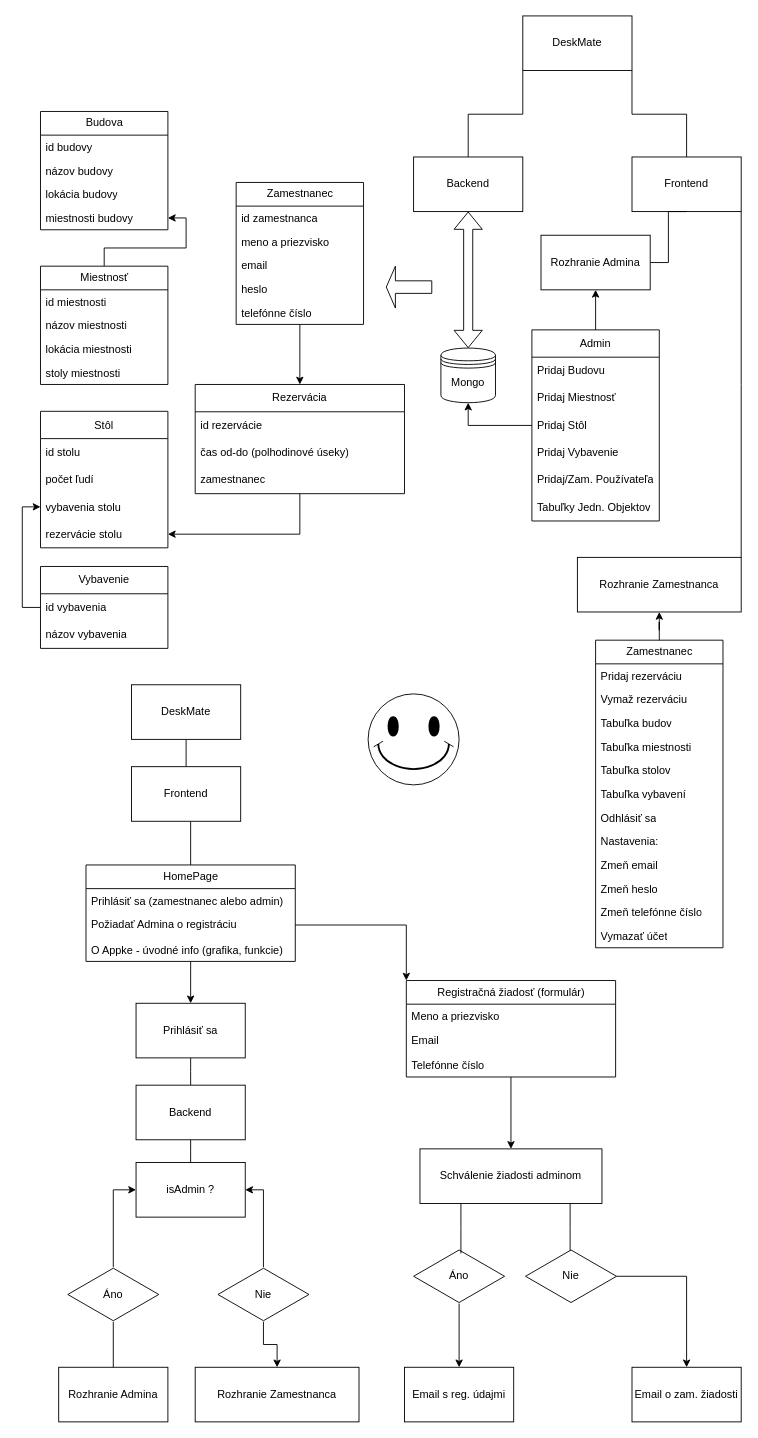
petocjshtml/DeskMate keeps this draw.io diagram as DeskMate.drawio. Above is the earlier version. Source tidied: cells renumbered, new cells numbered last; positions are measured from the earlier drawing's top-left corner, leaving out a move shared by most shapes. Both pictures are drawn from the tidied source at 91%, with x=0, y=0 at pixel (40, 15).
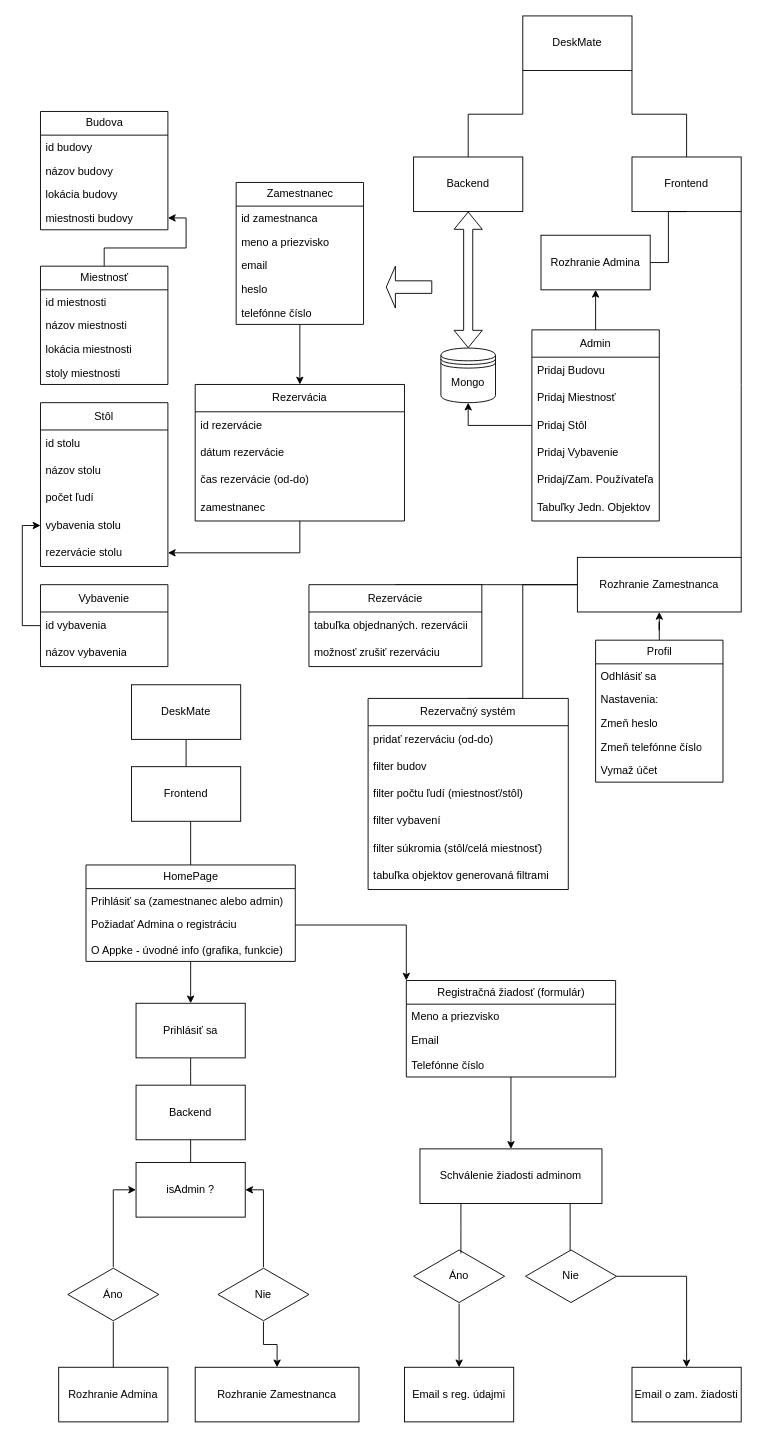
After the change.

Commit message:
mierná úprava DeskMate.drawio

The change refers to these unchanged cells:
```xml
<mxCell id="44" value="Rozhranie Zamestnanca" style="whiteSpace=wrap;html=1;align=center;newEdgeStyle={&quot;edgeStyle&quot;:&quot;elbowEdgeStyle&quot;,&quot;startArrow&quot;:&quot;none&quot;,&quot;endArrow&quot;:&quot;none&quot;};" parent="1" vertex="1">
  <mxGeometry x="590" y="595" width="180" height="60" as="geometry" />
</mxCell>
```

Change to the diagram source:
```diff
@@
+    <mxCell id="119" style="edgeStyle=elbowEdgeStyle;rounded=0;jettySize=auto;html=1;startArrow=none;endArrow=none;entryX=0.5;entryY=0;entryDx=0;entryDy=0;" parent="1" edge="1" source="44" target="123">
+      <mxGeometry relative="1" as="geometry" />
+    </mxCell>
+    <mxCell id="120" style="edgeStyle=elbowEdgeStyle;rounded=0;jettySize=auto;html=1;startArrow=none;endArrow=none;entryX=0.5;entryY=0;entryDx=0;entryDy=0;" parent="1" edge="1" source="44" target="130">
+      <mxGeometry relative="1" as="geometry" />
+    </mxCell>
@@
-    <mxCell id="47" style="verticalLabelPosition=bottom;verticalAlign=top;html=1;shape=mxgraph.basic.smiley;" parent="1" vertex="1">
-      <mxGeometry x="360" y="745" width="100" height="100" as="geometry" />
-    </mxCell>
@@
-    <mxCell id="51" value="Zamestnanec" style="swimlane;fontStyle=0;horizontal=1;startSize=26;fillColor=none;html=1;" parent="1" vertex="1">
-      <mxGeometry x="610" y="686" width="140" height="338" as="geometry" />
+    <mxCell id="51" value="Profil" style="swimlane;fontStyle=0;horizontal=1;startSize=26;fillColor=none;html=1;" parent="1" vertex="1">
+      <mxGeometry x="610" y="686" width="140" height="156" as="geometry" />
     </mxCell>
-    <mxCell id="52" value="Pridaj rezerváciu" style="text;strokeColor=none;fillColor=none;align=left;verticalAlign=top;spacingLeft=4;spacingRight=4;overflow=hidden;whiteSpace=wrap;html=1;" parent="51" vertex="1">
-      <mxGeometry y="26" width="140" height="26" as="geometry" />
-    </mxCell>
-    <mxCell id="53" value="Vymaž rezerváciu" style="text;strokeColor=none;fillColor=none;align=left;verticalAlign=top;spacingLeft=4;spacingRight=4;overflow=hidden;whiteSpace=wrap;html=1;" parent="51" vertex="1">
-      <mxGeometry y="52" width="140" height="26" as="geometry" />
-    </mxCell>
-    <mxCell id="54" value="Tabuľka budov" style="text;strokeColor=none;fillColor=none;align=left;verticalAlign=top;spacingLeft=4;spacingRight=4;overflow=hidden;whiteSpace=wrap;html=1;" parent="51" vertex="1">
-      <mxGeometry y="78" width="140" height="26" as="geometry" />
-    </mxCell>
-    <mxCell id="55" value="Tabuľka miestnosti" style="text;strokeColor=none;fillColor=none;align=left;verticalAlign=top;spacingLeft=4;spacingRight=4;overflow=hidden;whiteSpace=wrap;html=1;" parent="51" vertex="1">
-      <mxGeometry y="104" width="140" height="26" as="geometry" />
-    </mxCell>
-    <mxCell id="56" value="Tabuľka stolov" style="text;strokeColor=none;fillColor=none;align=left;verticalAlign=top;spacingLeft=4;spacingRight=4;overflow=hidden;whiteSpace=wrap;html=1;" parent="51" vertex="1">
-      <mxGeometry y="130" width="140" height="26" as="geometry" />
-    </mxCell>
-    <mxCell id="57" value="Tabuľka vybavení" style="text;strokeColor=none;fillColor=none;align=left;verticalAlign=top;spacingLeft=4;spacingRight=4;overflow=hidden;whiteSpace=wrap;html=1;" parent="51" vertex="1">
-      <mxGeometry y="156" width="140" height="26" as="geometry" />
-    </mxCell>
     <mxCell id="58" value="Odhlásiť sa" style="text;strokeColor=none;fillColor=none;align=left;verticalAlign=top;spacingLeft=4;spacingRight=4;overflow=hidden;whiteSpace=wrap;html=1;" parent="51" vertex="1">
-      <mxGeometry y="182" width="140" height="26" as="geometry" />
+      <mxGeometry y="26" width="140" height="26" as="geometry" />
     </mxCell>
     <mxCell id="59" value="Nastavenia:" style="text;strokeColor=none;fillColor=none;align=left;verticalAlign=top;spacingLeft=4;spacingRight=4;overflow=hidden;whiteSpace=wrap;html=1;" parent="51" vertex="1">
-      <mxGeometry y="208" width="140" height="26" as="geometry" />
+      <mxGeometry y="52" width="140" height="26" as="geometry" />
     </mxCell>
-    <mxCell id="60" value="Zmeň email" style="text;strokeColor=none;fillColor=none;align=left;verticalAlign=top;spacingLeft=4;spacingRight=4;overflow=hidden;whiteSpace=wrap;html=1;" parent="51" vertex="1">
-      <mxGeometry y="234" width="140" height="26" as="geometry" />
-    </mxCell>
     <mxCell id="61" value="Zmeň heslo" style="text;strokeColor=none;fillColor=none;align=left;verticalAlign=top;spacingLeft=4;spacingRight=4;overflow=hidden;whiteSpace=wrap;html=1;" parent="51" vertex="1">
-      <mxGeometry y="260" width="140" height="26" as="geometry" />
+      <mxGeometry y="78" width="140" height="26" as="geometry" />
     </mxCell>
     <mxCell id="62" value="Zmeň telefónne číslo" style="text;strokeColor=none;fillColor=none;align=left;verticalAlign=top;spacingLeft=4;spacingRight=4;overflow=hidden;whiteSpace=wrap;html=1;" parent="51" vertex="1">
-      <mxGeometry y="286" width="140" height="26" as="geometry" />
+      <mxGeometry y="104" width="140" height="26" as="geometry" />
     </mxCell>
-    <mxCell id="63" value="Vymazať účet" style="text;strokeColor=none;fillColor=none;align=left;verticalAlign=top;spacingLeft=4;spacingRight=4;overflow=hidden;whiteSpace=wrap;html=1;" parent="51" vertex="1">
-      <mxGeometry y="312" width="140" height="26" as="geometry" />
+    <mxCell id="63" value="Vymaž účet" style="text;strokeColor=none;fillColor=none;align=left;verticalAlign=top;spacingLeft=4;spacingRight=4;overflow=hidden;whiteSpace=wrap;html=1;" parent="51" vertex="1">
+      <mxGeometry y="130" width="140" height="26" as="geometry" />
     </mxCell>
@@
     <mxCell id="105" value="Stôl" style="swimlane;fontStyle=0;horizontal=1;startSize=30;whiteSpace=wrap;html=1;" parent="1" vertex="1">
-      <mxGeometry y="434.5" width="140" height="150" as="geometry" />
+      <mxGeometry y="425" width="140" height="180" as="geometry" />
     </mxCell>
@@
+    <mxCell id="121" value="názov stolu" style="text;strokeColor=none;fillColor=none;align=left;verticalAlign=middle;spacingLeft=4;spacingRight=4;overflow=hidden;whiteSpace=wrap;html=1;" parent="105" vertex="1">
+      <mxGeometry y="60" width="140" height="30" as="geometry" />
+    </mxCell>
     <mxCell id="107" value="počet ľudí" style="text;strokeColor=none;fillColor=none;align=left;verticalAlign=middle;spacingLeft=4;spacingRight=4;overflow=hidden;whiteSpace=wrap;html=1;" parent="105" vertex="1">
-      <mxGeometry y="60" width="140" height="30" as="geometry" />
+      <mxGeometry y="90" width="140" height="30" as="geometry" />
     </mxCell>
     <mxCell id="108" value="vybavenia stolu" style="text;strokeColor=none;fillColor=none;align=left;verticalAlign=middle;spacingLeft=4;spacingRight=4;overflow=hidden;points=[[0,0.5],[1,0.5]];portConstraint=eastwest;whiteSpace=wrap;html=1;" parent="105" vertex="1">
-      <mxGeometry y="90" width="140" height="30" as="geometry" />
+      <mxGeometry y="120" width="140" height="30" as="geometry" />
     </mxCell>
     <mxCell id="109" value="rezervácie stolu" style="text;strokeColor=none;fillColor=none;align=left;verticalAlign=middle;spacingLeft=4;spacingRight=4;overflow=hidden;points=[[0,0.5],[1,0.5]];portConstraint=eastwest;whiteSpace=wrap;html=1;" parent="105" vertex="1">
-      <mxGeometry y="120" width="140" height="30" as="geometry" />
+      <mxGeometry y="150" width="140" height="30" as="geometry" />
     </mxCell>
     <mxCell id="110" value="Vybavenie" style="swimlane;fontStyle=0;horizontal=1;startSize=30;whiteSpace=wrap;html=1;" parent="1" vertex="1">
-      <mxGeometry y="605" width="140" height="90" as="geometry" />
+      <mxGeometry y="625" width="140" height="90" as="geometry" />
     </mxCell>
@@
     <mxCell id="114" value="Rezervácia" style="swimlane;fontStyle=0;horizontal=1;startSize=30;whiteSpace=wrap;html=1;" parent="1" vertex="1">
-      <mxGeometry x="170" y="405" width="230" height="120" as="geometry" />
+      <mxGeometry x="170" y="405" width="230" height="150" as="geometry" />
     </mxCell>
@@
+    <mxCell id="122" value="dátum rezervácie" style="text;strokeColor=none;fillColor=none;align=left;verticalAlign=middle;spacingLeft=4;spacingRight=4;overflow=hidden;whiteSpace=wrap;html=1;" parent="114" vertex="1">
+      <mxGeometry y="60" width="230" height="30" as="geometry" />
+    </mxCell>
-    <mxCell id="116" value="čas od-do (polhodinové úseky)" style="text;strokeColor=none;fillColor=none;align=left;verticalAlign=middle;spacingLeft=4;spacingRight=4;overflow=hidden;whiteSpace=wrap;html=1;" parent="114" vertex="1">
-      <mxGeometry y="60" width="230" height="30" as="geometry" />
+    <mxCell id="116" value="čas rezervácie (od-do)" style="text;strokeColor=none;fillColor=none;align=left;verticalAlign=middle;spacingLeft=4;spacingRight=4;overflow=hidden;whiteSpace=wrap;html=1;" parent="114" vertex="1">
+      <mxGeometry y="90" width="230" height="30" as="geometry" />
     </mxCell>
     <mxCell id="117" value="zamestnanec" style="text;strokeColor=none;fillColor=none;align=left;verticalAlign=middle;spacingLeft=4;spacingRight=4;overflow=hidden;whiteSpace=wrap;html=1;" parent="114" vertex="1">
-      <mxGeometry y="90" width="230" height="30" as="geometry" />
+      <mxGeometry y="120" width="230" height="30" as="geometry" />
     </mxCell>
@@
+    <mxCell id="123" value="Rezervačný systém" style="swimlane;fontStyle=0;horizontal=1;startSize=30;whiteSpace=wrap;html=1;" parent="1" vertex="1">
+      <mxGeometry x="360" y="750" width="220" height="210" as="geometry" />
+    </mxCell>
+    <mxCell id="124" value="pridať rezerváciu (od-do)" style="text;strokeColor=none;fillColor=none;align=left;verticalAlign=middle;spacingLeft=4;spacingRight=4;overflow=hidden;whiteSpace=wrap;html=1;" parent="123" vertex="1">
+      <mxGeometry y="30" width="220" height="30" as="geometry" />
+    </mxCell>
+    <mxCell id="125" value="filter budov" style="text;strokeColor=none;fillColor=none;align=left;verticalAlign=middle;spacingLeft=4;spacingRight=4;overflow=hidden;whiteSpace=wrap;html=1;" parent="123" vertex="1">
+      <mxGeometry y="60" width="220" height="30" as="geometry" />
+    </mxCell>
+    <mxCell id="126" value="filter počtu ľudí (miestnosť/stôl)" style="text;strokeColor=none;fillColor=none;align=left;verticalAlign=middle;spacingLeft=4;spacingRight=4;overflow=hidden;whiteSpace=wrap;html=1;" parent="123" vertex="1">
+      <mxGeometry y="90" width="220" height="30" as="geometry" />
+    </mxCell>
+    <mxCell id="127" value="filter vybavení" style="text;strokeColor=none;fillColor=none;align=left;verticalAlign=middle;spacingLeft=4;spacingRight=4;overflow=hidden;whiteSpace=wrap;html=1;" parent="123" vertex="1">
+      <mxGeometry y="120" width="220" height="30" as="geometry" />
+    </mxCell>
+    <mxCell id="128" value="filter súkromia (stôl/celá miestnosť)" style="text;strokeColor=none;fillColor=none;align=left;verticalAlign=middle;spacingLeft=4;spacingRight=4;overflow=hidden;whiteSpace=wrap;html=1;" parent="123" vertex="1">
+      <mxGeometry y="150" width="220" height="30" as="geometry" />
+    </mxCell>
+    <mxCell id="129" value="tabuľka objektov generovaná filtrami" style="text;strokeColor=none;fillColor=none;align=left;verticalAlign=middle;spacingLeft=4;spacingRight=4;overflow=hidden;whiteSpace=wrap;html=1;" parent="123" vertex="1">
+      <mxGeometry y="180" width="220" height="30" as="geometry" />
+    </mxCell>
+    <mxCell id="130" value="Rezervácie" style="swimlane;fontStyle=0;horizontal=1;startSize=30;whiteSpace=wrap;html=1;" parent="1" vertex="1">
+      <mxGeometry x="295" y="625" width="190" height="90" as="geometry" />
+    </mxCell>
+    <mxCell id="131" value="tabuľka objednaných. rezervácii" style="text;strokeColor=none;fillColor=none;align=left;verticalAlign=middle;spacingLeft=4;spacingRight=4;overflow=hidden;whiteSpace=wrap;html=1;" parent="130" vertex="1">
+      <mxGeometry y="30" width="190" height="30" as="geometry" />
+    </mxCell>
+    <mxCell id="132" value="možnosť zrušiť rezerváciu" style="text;strokeColor=none;fillColor=none;align=left;verticalAlign=middle;spacingLeft=4;spacingRight=4;overflow=hidden;whiteSpace=wrap;html=1;" parent="130" vertex="1">
+      <mxGeometry y="60" width="190" height="30" as="geometry" />
+    </mxCell>
```
